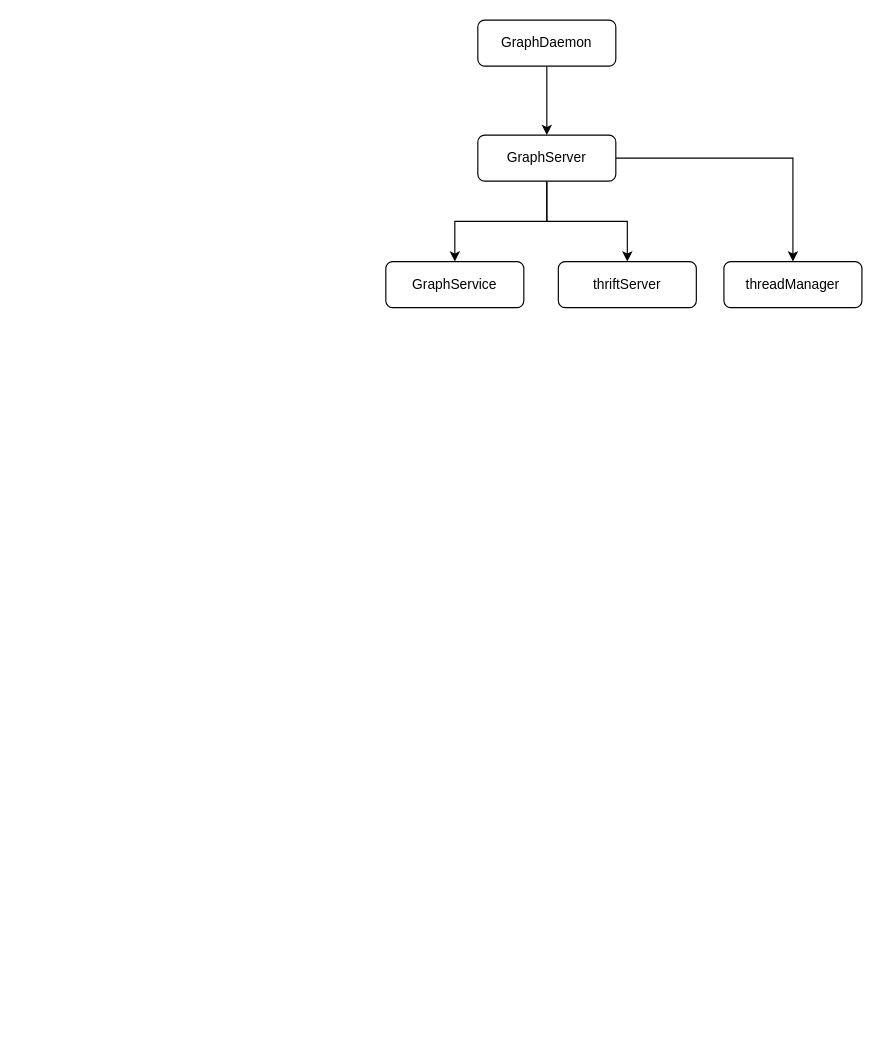
The draw.io diagram Untitled Diagram.drawio in mizy/mizy, before the edit. Source tidied: cells renumbered, new cells numbered last; positions are measured from the earlier drawing's top-left corner, leaving out a move shared by most shapes. Both pictures are drawn from the tidied source at 115%, with x=0, y=0 at pixel (385, 20).
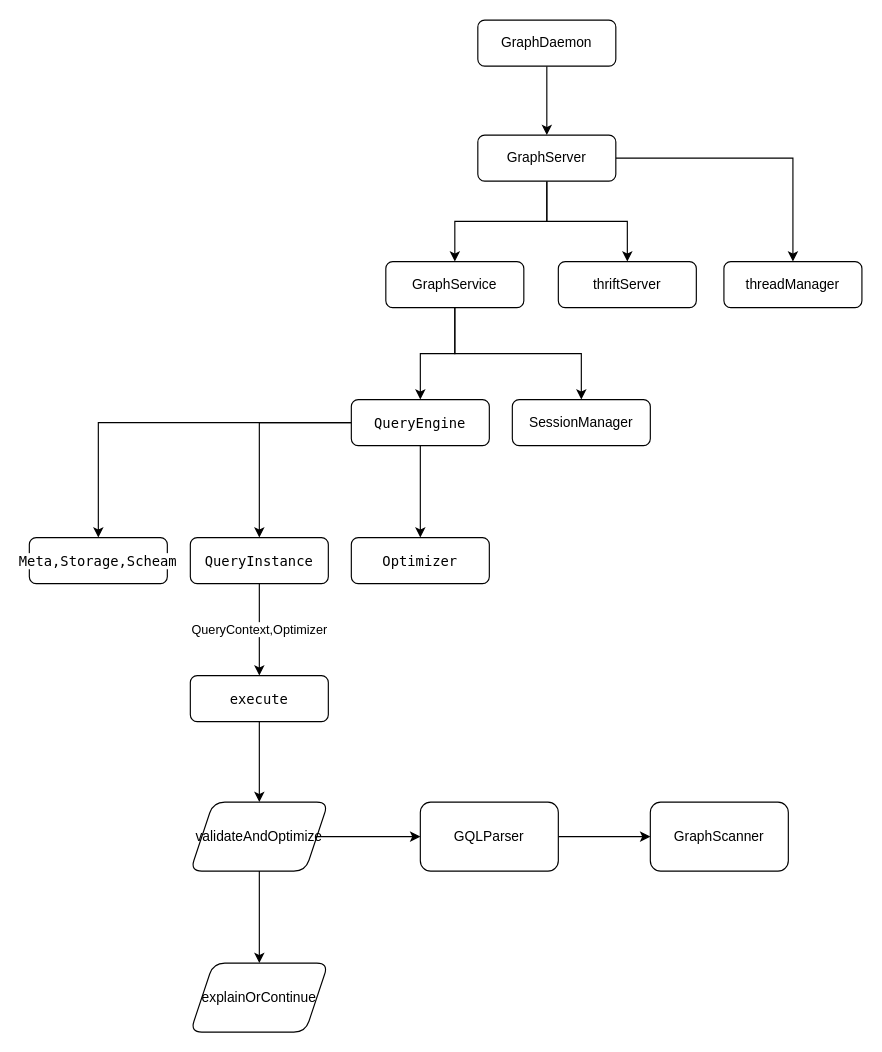
The same page after the edit.

The change refers to these unchanged cells:
```xml
<mxCell id="8" value="GraphService" style="rounded=1;whiteSpace=wrap;html=1;fontSize=12;glass=0;strokeWidth=1;shadow=0;" parent="1" vertex="1">
  <mxGeometry y="210" width="120" height="40" as="geometry" />
</mxCell>
```

Change to the diagram source:
```diff
@@
+    <mxCell id="11" style="edgeStyle=orthogonalEdgeStyle;rounded=0;jettySize=auto;html=1;" parent="1" edge="1" source="8" target="16">
+      <mxGeometry relative="1" as="geometry" />
+    </mxCell>
+    <mxCell id="12" style="edgeStyle=orthogonalEdgeStyle;rounded=0;jettySize=auto;html=1;" parent="1" edge="1" source="8" target="17">
+      <mxGeometry relative="1" as="geometry" />
+    </mxCell>
@@
+    <mxCell id="13" style="edgeStyle=orthogonalEdgeStyle;rounded=0;jettySize=auto;html=1;fontColor=#000000;" parent="1" edge="1" source="16" target="18">
+      <mxGeometry relative="1" as="geometry" />
+    </mxCell>
+    <mxCell id="14" style="edgeStyle=orthogonalEdgeStyle;rounded=0;jettySize=auto;html=1;fontColor=#000000;" parent="1" edge="1" source="16" target="20">
+      <mxGeometry relative="1" as="geometry" />
+    </mxCell>
+    <mxCell id="15" style="edgeStyle=orthogonalEdgeStyle;rounded=0;jettySize=auto;html=1;fontColor=#000000;" parent="1" edge="1" source="16" target="21">
+      <mxGeometry relative="1" as="geometry" />
+    </mxCell>
+    <mxCell id="16" value="&lt;div style=&quot;font-family: &amp;#34;menlo&amp;#34; , &amp;#34;monaco&amp;#34; , &amp;#34;courier new&amp;#34; , monospace ; line-height: 18px&quot;&gt;&lt;span style=&quot;background-color: rgb(255 , 255 , 255)&quot;&gt;QueryEngine&lt;/span&gt;&lt;/div&gt;" style="rounded=1;whiteSpace=wrap;html=1;fontSize=12;glass=0;strokeWidth=1;shadow=0;" parent="1" vertex="1">
+      <mxGeometry x="-30" y="330" width="120" height="40" as="geometry" />
+    </mxCell>
+    <mxCell id="17" value="SessionManager" style="rounded=1;whiteSpace=wrap;html=1;fontSize=12;glass=0;strokeWidth=1;shadow=0;" parent="1" vertex="1">
+      <mxGeometry x="110" y="330" width="120" height="40" as="geometry" />
+    </mxCell>
+    <mxCell id="18" value="&lt;div style=&quot;font-family: &amp;#34;menlo&amp;#34; , &amp;#34;monaco&amp;#34; , &amp;#34;courier new&amp;#34; , monospace ; line-height: 18px&quot;&gt;&lt;span style=&quot;background-color: rgb(255 , 255 , 255)&quot;&gt;Optimizer&lt;/span&gt;&lt;/div&gt;" style="rounded=1;whiteSpace=wrap;html=1;fontSize=12;glass=0;strokeWidth=1;shadow=0;" parent="1" vertex="1">
+      <mxGeometry x="-30" y="450" width="120" height="40" as="geometry" />
+    </mxCell>
+    <mxCell id="19" value="QueryContext,Optimizer" style="edgeStyle=orthogonalEdgeStyle;rounded=0;jettySize=auto;html=1;fontColor=#000000;" parent="1" edge="1" source="20" target="23">
+      <mxGeometry relative="1" as="geometry" />
+    </mxCell>
+    <mxCell id="20" value="&lt;div style=&quot;font-family: &amp;#34;menlo&amp;#34; , &amp;#34;monaco&amp;#34; , &amp;#34;courier new&amp;#34; , monospace ; line-height: 18px&quot;&gt;&lt;span style=&quot;background-color: rgb(255 , 255 , 255)&quot;&gt;QueryInstance&lt;/span&gt;&lt;/div&gt;" style="rounded=1;whiteSpace=wrap;html=1;fontSize=12;glass=0;strokeWidth=1;shadow=0;" parent="1" vertex="1">
+      <mxGeometry x="-170" y="450" width="120" height="40" as="geometry" />
+    </mxCell>
+    <mxCell id="21" value="&lt;div style=&quot;font-family: &amp;#34;menlo&amp;#34; , &amp;#34;monaco&amp;#34; , &amp;#34;courier new&amp;#34; , monospace ; line-height: 18px&quot;&gt;&lt;span style=&quot;background-color: rgb(255 , 255 , 255)&quot;&gt;Meta,Storage,Scheam&lt;/span&gt;&lt;/div&gt;" style="rounded=1;whiteSpace=wrap;html=1;fontSize=12;glass=0;strokeWidth=1;shadow=0;" parent="1" vertex="1">
+      <mxGeometry x="-310" y="450" width="120" height="40" as="geometry" />
+    </mxCell>
+    <mxCell id="22" style="edgeStyle=orthogonalEdgeStyle;rounded=0;jettySize=auto;html=1;fontColor=#000000;" parent="1" edge="1" source="23" target="26">
+      <mxGeometry relative="1" as="geometry" />
+    </mxCell>
+    <mxCell id="23" value="&lt;div style=&quot;font-family: &amp;#34;menlo&amp;#34; , &amp;#34;monaco&amp;#34; , &amp;#34;courier new&amp;#34; , monospace ; line-height: 18px&quot;&gt;&lt;span style=&quot;background-color: rgb(255 , 255 , 255)&quot;&gt;execute&lt;/span&gt;&lt;/div&gt;" style="rounded=1;whiteSpace=wrap;html=1;fontSize=12;glass=0;strokeWidth=1;shadow=0;" parent="1" vertex="1">
+      <mxGeometry x="-170" y="570" width="120" height="40" as="geometry" />
+    </mxCell>
+    <mxCell id="24" style="edgeStyle=orthogonalEdgeStyle;rounded=0;jettySize=auto;html=1;fontColor=#000000;" parent="1" edge="1" source="26" target="28">
+      <mxGeometry relative="1" as="geometry" />
+    </mxCell>
+    <mxCell id="25" style="edgeStyle=orthogonalEdgeStyle;rounded=0;jettySize=auto;html=1;fontColor=#000000;" parent="1" edge="1" source="26" target="29">
+      <mxGeometry relative="1" as="geometry" />
+    </mxCell>
+    <mxCell id="26" value="validateAndOptimize" style="shape=parallelogram;perimeter=parallelogramPerimeter;whiteSpace=wrap;html=1;fixedSize=1;rounded=1;glass=0;strokeWidth=1;shadow=0;" parent="1" vertex="1">
+      <mxGeometry x="-170" y="680" width="120" height="60" as="geometry" />
+    </mxCell>
+    <mxCell id="27" style="edgeStyle=orthogonalEdgeStyle;rounded=0;jettySize=auto;html=1;fontColor=#000000;" parent="1" edge="1" source="28" target="30">
+      <mxGeometry relative="1" as="geometry" />
+    </mxCell>
+    <mxCell id="28" value="GQLParser" style="whiteSpace=wrap;html=1;rounded=1;glass=0;strokeWidth=1;shadow=0;" parent="1" vertex="1">
+      <mxGeometry x="30" y="680" width="120" height="60" as="geometry" />
+    </mxCell>
+    <mxCell id="29" value="explainOrContinue" style="shape=parallelogram;perimeter=parallelogramPerimeter;whiteSpace=wrap;html=1;fixedSize=1;rounded=1;glass=0;strokeWidth=1;shadow=0;" parent="1" vertex="1">
+      <mxGeometry x="-170" y="820" width="120" height="60" as="geometry" />
+    </mxCell>
+    <mxCell id="30" value="GraphScanner" style="whiteSpace=wrap;html=1;rounded=1;glass=0;strokeWidth=1;shadow=0;" parent="1" vertex="1">
+      <mxGeometry x="230" y="680" width="120" height="60" as="geometry" />
+    </mxCell>
```
